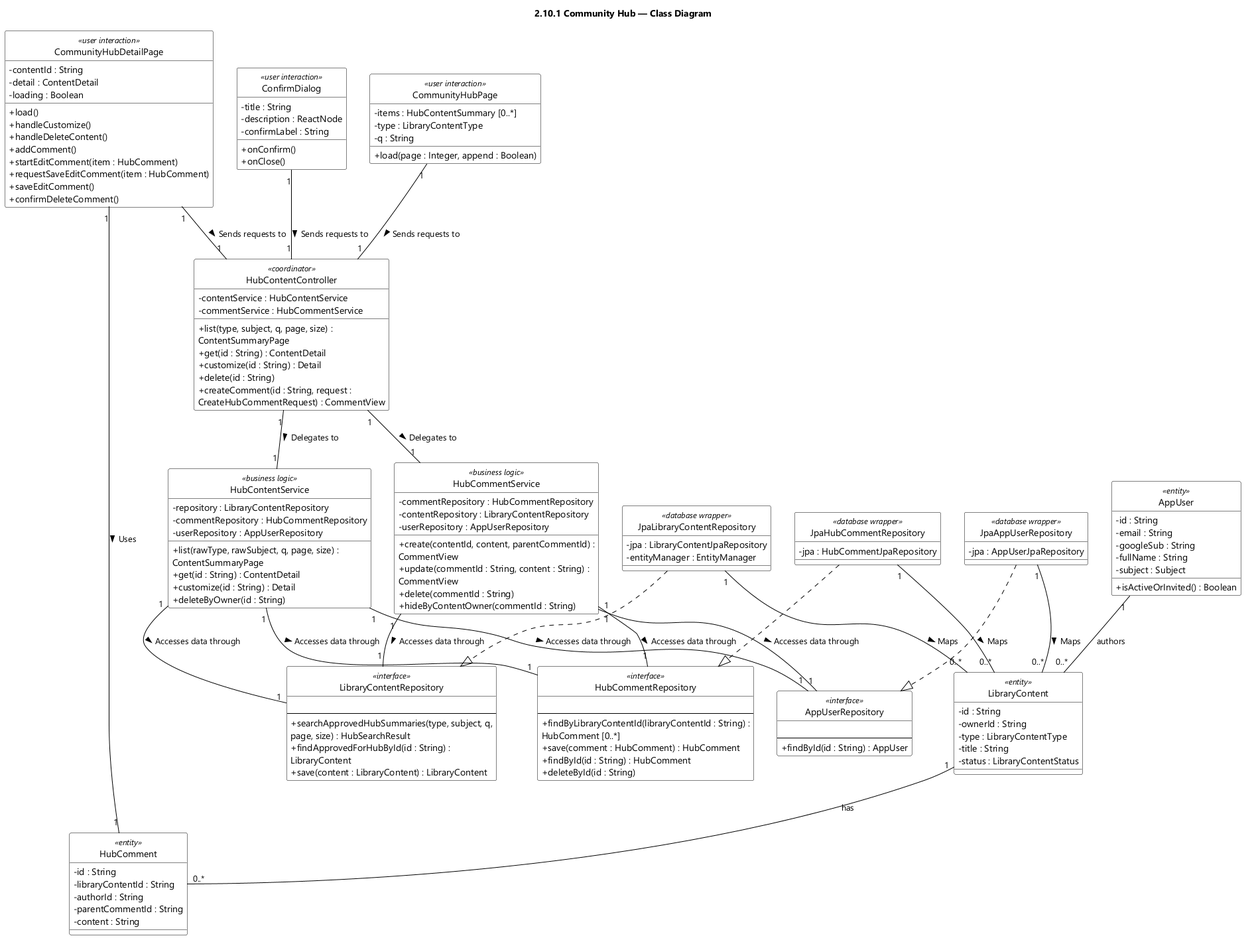
This is designs/sds-diagrams/feat10/feat10-class-diagram.png from EduA-system/EduA-system, a PlantUML export, as it was before one commit. The source it was exported from:
```plantuml
@startuml feat10 Community Hub - Class Diagram
skinparamlocked dpi 96
skinparam defaultFontName "Segoe UI"
skinparam shadowing false
skinparam wrapWidth 320
skinparam classBackgroundColor #FFFFFF
skinparam classBorderColor #000000
skinparam ArrowColor #000000
skinparam classAttributeIconSize 0
hide circle
title 2.10.1 Community Hub — Class Diagram
class CommunityHubPage <<user interaction>> {
  - items : HubContentSummary [0..*]
  - type : LibraryContentType
  - q : String
  + load(page : Integer, append : Boolean)
}

class HubContentController <<coordinator>> {
  - contentService : HubContentService
  - commentService : HubCommentService
  + list(type, subject, q, page, size) : ContentSummaryPage
  + get(id : String) : ContentDetail
  + customize(id : String) : Detail
  + delete(id : String)
  + createComment(id : String, request : CreateHubCommentRequest) : CommentView
}

class HubContentService <<business logic>> {
  - repository : LibraryContentRepository
  - commentRepository : HubCommentRepository
  - userRepository : AppUserRepository
  + list(rawType, rawSubject, q, page, size) : ContentSummaryPage
  + get(id : String) : ContentDetail
  + customize(id : String) : Detail
  + deleteByOwner(id : String)
}

class LibraryContentRepository <<interface>> {
  {field}
  --
  + searchApprovedHubSummaries(type, subject, q, page, size) : HubSearchResult
  + findApprovedForHubById(id : String) : LibraryContent
  + save(content : LibraryContent) : LibraryContent
}

class CommunityHubDetailPage <<user interaction>> {
  - contentId : String
  - detail : ContentDetail
  - loading : Boolean
  + load()
  + handleCustomize()
  + handleDeleteContent()
  + addComment()
  + startEditComment(item : HubComment)
  + requestSaveEditComment(item : HubComment)
  + saveEditComment()
  + confirmDeleteComment()
}

class HubCommentRepository <<interface>> {
  {field}
  --
  + findByLibraryContentId(libraryContentId : String) : HubComment [0..*]
  + save(comment : HubComment) : HubComment
  + findById(id : String) : HubComment
  + deleteById(id : String)
}

class AppUserRepository <<interface>> {
  {field}
  --
  + findById(id : String) : AppUser
}

class ConfirmDialog <<user interaction>> {
  - title : String
  - description : ReactNode
  - confirmLabel : String
  + onConfirm()
  + onClose()
}

class HubCommentService <<business logic>> {
  - commentRepository : HubCommentRepository
  - contentRepository : LibraryContentRepository
  - userRepository : AppUserRepository
  + create(contentId, content, parentCommentId) : CommentView
  + update(commentId : String, content : String) : CommentView
  + delete(commentId : String)
  + hideByContentOwner(commentId : String)
}

class JpaLibraryContentRepository <<database wrapper>> {
  - jpa : LibraryContentJpaRepository
  - entityManager : EntityManager
}

class JpaHubCommentRepository <<database wrapper>> {
  - jpa : HubCommentJpaRepository
}

class JpaAppUserRepository <<database wrapper>> {
  - jpa : AppUserJpaRepository
}

class LibraryContent <<entity>> {
  - id : String
  - ownerId : String
  - type : LibraryContentType
  - title : String
  - status : LibraryContentStatus
}

class HubComment <<entity>> {
  - id : String
  - libraryContentId : String
  - authorId : String
  - parentCommentId : String
  - content : String
}

class AppUser <<entity>> {
  - id : String
  - email : String
  - googleSub : String
  - fullName : String
  - subject : Subject
  + isActiveOrInvited() : Boolean
}

HubContentController "1" -- "1" HubContentService : Delegates to >
HubContentController "1" -- "1" HubCommentService : Delegates to >
HubContentService "1" -- "1" LibraryContentRepository : Accesses data through >
HubContentService "1" -- "1" HubCommentRepository : Accesses data through >
HubContentService "1" -- "1" AppUserRepository : Accesses data through >
CommunityHubDetailPage "1" -- "1" HubComment : Uses >
HubCommentService "1" -- "1" HubCommentRepository : Accesses data through >
HubCommentService "1" -- "1" LibraryContentRepository : Accesses data through >
HubCommentService "1" -- "1" AppUserRepository : Accesses data through >
CommunityHubPage "1" -- "1" HubContentController : Sends requests to >
CommunityHubDetailPage "1" -- "1" HubContentController : Sends requests to >
ConfirmDialog "1" -- "1" HubContentController : Sends requests to >
JpaLibraryContentRepository ..|> LibraryContentRepository
JpaAppUserRepository ..|> AppUserRepository
AppUser "1" -- "0..*" LibraryContent : authors
JpaHubCommentRepository ..|> HubCommentRepository
LibraryContent "1" -- "0..*" HubComment : has
JpaLibraryContentRepository "1" -- "0..*" LibraryContent : Maps >
JpaHubCommentRepository "1" -- "0..*" LibraryContent : Maps >
JpaAppUserRepository "1" -- "0..*" LibraryContent : Maps >

@enduml
```
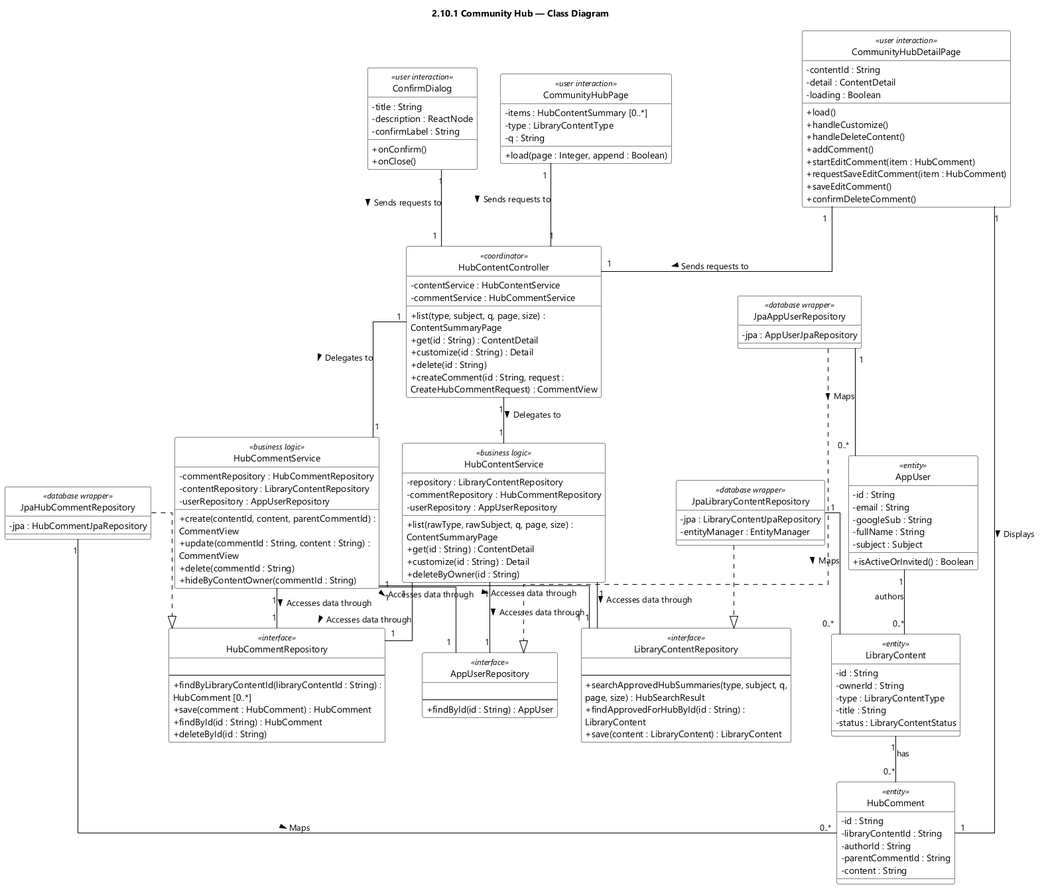
After the commit.

Change to the diagram source:
```diff
@@ -7,6 +7,7 @@
 skinparam classBorderColor #000000
 skinparam ArrowColor #000000
 skinparam classAttributeIconSize 0
+skinparam linetype ortho
 hide circle
 title 2.10.1 Community Hub — Class Diagram
 class CommunityHubPage <<user interaction>> {
@@ -134,7 +135,7 @@
 HubContentService "1" -- "1" LibraryContentRepository : Accesses data through >
 HubContentService "1" -- "1" HubCommentRepository : Accesses data through >
 HubContentService "1" -- "1" AppUserRepository : Accesses data through >
-CommunityHubDetailPage "1" -- "1" HubComment : Uses >
+CommunityHubDetailPage "1" -- "1" HubComment : Displays >
 HubCommentService "1" -- "1" HubCommentRepository : Accesses data through >
 HubCommentService "1" -- "1" LibraryContentRepository : Accesses data through >
 HubCommentService "1" -- "1" AppUserRepository : Accesses data through >
@@ -147,7 +148,7 @@
 JpaHubCommentRepository ..|> HubCommentRepository
 LibraryContent "1" -- "0..*" HubComment : has
 JpaLibraryContentRepository "1" -- "0..*" LibraryContent : Maps >
-JpaHubCommentRepository "1" -- "0..*" LibraryContent : Maps >
-JpaAppUserRepository "1" -- "0..*" LibraryContent : Maps >
+JpaHubCommentRepository "1" -- "0..*" HubComment : Maps >
+JpaAppUserRepository "1" -- "0..*" AppUser : Maps >
 
 @enduml
```
